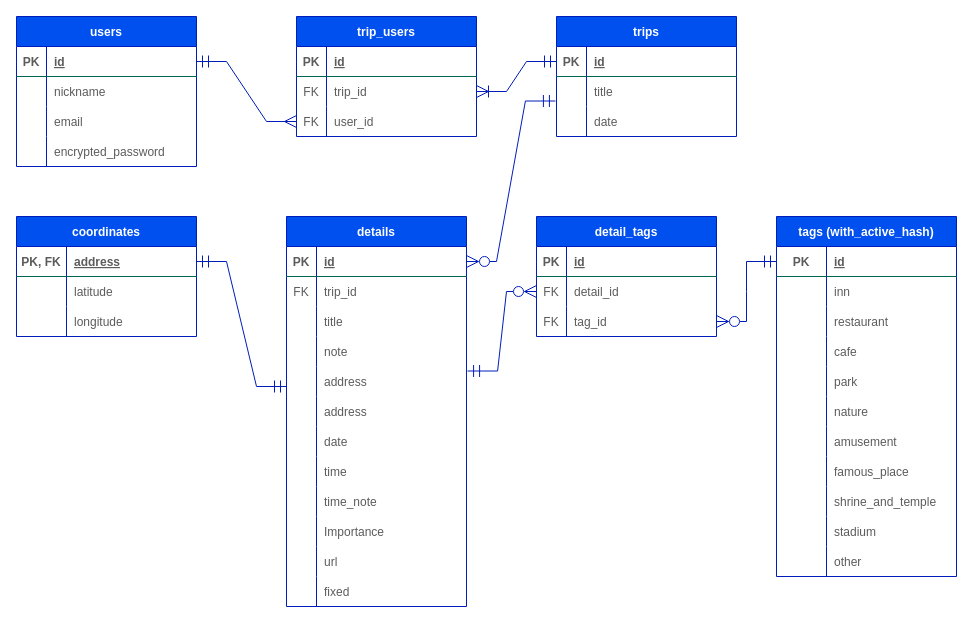
Before: .dio in satomi46/trip_maker, a draw.io diagram. Source tidied: cells renumbered, new cells numbered last; positions are measured from the earlier drawing's top-left corner, leaving out a move shared by most shapes. Both pictures are drawn from the tidied source at 100%, with x=0, y=0 at pixel (16, 16).
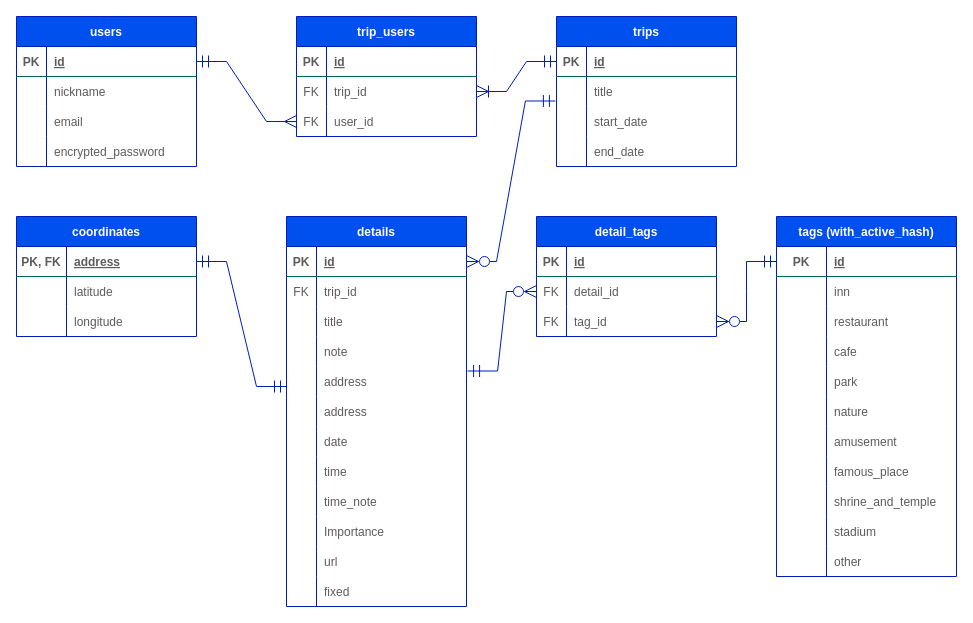
After the change.

Unchanged cells that the change refers to:
```xml
<mxCell id="22" style="shape=tableRow;horizontal=0;startSize=0;swimlaneHead=0;swimlaneBody=0;fillColor=none;points=[[0,0.5],[1,0.5]];portConstraint=eastwest;top=0;left=0;right=0;bottom=0;rounded=0;strokeColor=#006658;fontColor=#5C5C5C;" parent="15" vertex="1">
  <mxGeometry y="90" width="180" height="30" as="geometry" />
</mxCell>
```

The edit, as a diff of the source:
```diff
@@
     <mxCell id="15" value="trips" style="shape=table;startSize=30;childLayout=tableLayout;rowLines=0;fontStyle=1;align=center;rounded=0;fillColor=#0050ef;strokeColor=#001DBC;fontColor=#ffffff;fixDash=0;" parent="1" vertex="1">
-      <mxGeometry x="540" width="180" height="120" as="geometry" />
+      <mxGeometry x="540" width="180" height="150" as="geometry" />
     </mxCell>
@@
-    <mxCell id="24" value="date" style="shape=partialRectangle;fillColor=none;top=0;left=0;bottom=0;right=0;align=left;spacingLeft=6;overflow=hidden;rounded=0;strokeColor=#006658;fontColor=#5C5C5C;" parent="22" vertex="1">
+    <mxCell id="24" value="start_date" style="shape=partialRectangle;fillColor=none;top=0;left=0;bottom=0;right=0;align=left;spacingLeft=6;overflow=hidden;rounded=0;strokeColor=#006658;fontColor=#5C5C5C;" parent="22" vertex="1">
       <mxGeometry x="30" width="150" height="30" as="geometry" />
     </mxCell>
+    <mxCell id="132" style="shape=tableRow;horizontal=0;startSize=0;swimlaneHead=0;swimlaneBody=0;fillColor=none;top=0;left=0;right=0;bottom=0;rounded=0;strokeColor=#006658;fontColor=#5C5C5C;" parent="15" vertex="1">
+      <mxGeometry y="120" width="180" height="30" as="geometry" />
+    </mxCell>
+    <mxCell id="133" style="shape=partialRectangle;fillColor=none;top=0;left=0;bottom=0;right=0;overflow=hidden;rounded=0;strokeColor=#006658;fontColor=#5C5C5C;" parent="132" vertex="1">
+      <mxGeometry width="30" height="30" as="geometry" />
+    </mxCell>
+    <mxCell id="134" value="end_date" style="shape=partialRectangle;fillColor=none;top=0;left=0;bottom=0;right=0;align=left;spacingLeft=6;overflow=hidden;rounded=0;strokeColor=#006658;fontColor=#5C5C5C;" parent="132" vertex="1">
+      <mxGeometry x="30" width="150" height="30" as="geometry" />
+    </mxCell>
```
